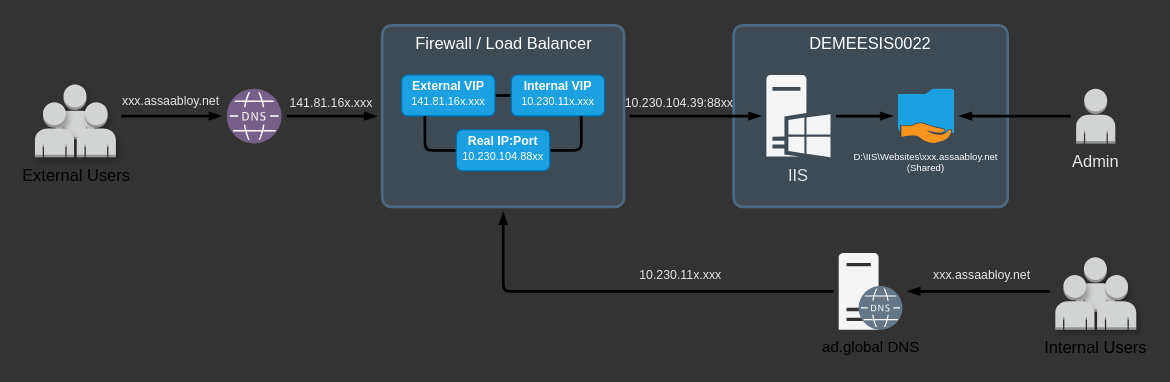
This is page "1.0_Model" (1 of 5) of draw.io/Web Hotel.drawio from changbowen/Misc, a draw.io file, before an edit. Source tidied: cells renumbered, new cells numbered last; positions are measured from the earlier drawing's top-left corner, leaving out a move shared by most shapes. Both pictures are drawn from the tidied source at 137%, with x=0, y=0 at pixel (34, 25).
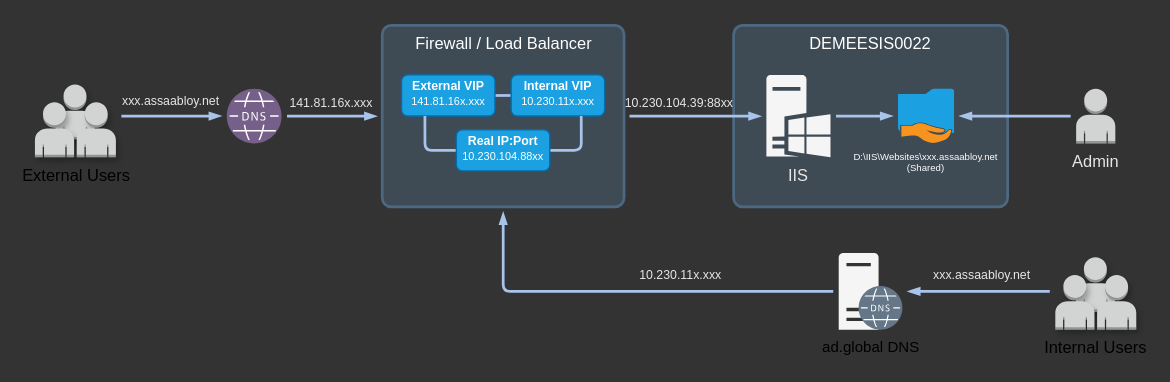
The same diagram, later.

Unchanged cells that the change refers to:
```xml
<mxCell id="2" value="Firewall / Load Balancer" style="rounded=1;whiteSpace=wrap;shadow=0;labelBackgroundColor=none;fontFamily=Saira Semi Condensed;fontSize=12;fontColor=#ffffff;arcSize=5;verticalAlign=top;spacing=2;fillColor=#3E4A54;strokeColor=#4D6882;strokeWidth=2;FType=g;html=1;" parent="1" vertex="1">
  <mxGeometry x="253.5" width="176.5" height="132.5" as="geometry" />
</mxCell>
<mxCell id="5" value="IIS" style="shadow=0;dashed=0;strokeColor=none;labelPosition=center;verticalLabelPosition=bottom;verticalAlign=top;align=center;fillColor=#f5f5f5;shape=mxgraph.mscae.enterprise.windows_server;fontColor=#E6E6E6;fontFamily=Saira Semi Condensed;FType=g;html=1;" parent="1" vertex="1">
  <mxGeometry x="533.9" y="36.2" width="46.8" height="60" as="geometry" />
</mxCell>
<mxCell id="7" value="Admin" style="outlineConnect=0;dashed=0;verticalLabelPosition=bottom;verticalAlign=top;align=center;shape=mxgraph.aws3.user;fillColor=#D2D3D3;gradientColor=none;shadow=0;fontFamily=Saira Semi Condensed;fontColor=#E6E6E6;FType=g;html=1;" parent="1" vertex="1">
  <mxGeometry x="760" y="46.2" width="28.6" height="40" as="geometry" />
</mxCell>
<mxCell id="8" value="D:\IIS\Websites\xxx.assaabloy.net&lt;br&gt;(Shared)" style="shadow=0;dashed=0;strokeColor=none;fillColor=#1ba1e2;labelPosition=center;verticalLabelPosition=bottom;verticalAlign=top;align=center;outlineConnect=0;shape=mxgraph.veeam.shared_folder;fontFamily=Saira Semi Condensed;fontColor=#ffffff;FType=g;fontSize=7;html=1;" parent="1" vertex="1">
  <mxGeometry x="630" y="46.2" width="40.9" height="40" as="geometry" />
</mxCell>
<mxCell id="16" style="outlineConnect=0;dashed=0;verticalLabelPosition=bottom;verticalAlign=top;align=center;shape=mxgraph.aws3.user;fillColor=#D2D3D3;gradientColor=none;shadow=1;fontFamily=Saira Semi Condensed;fontColor=#E6E6E6;FType=g;html=1;" parent="13" vertex="1">
  <mxGeometry x="30.5" y="13" width="28.6" height="40" as="geometry" />
</mxCell>
<mxCell id="19" style="shadow=0;dashed=0;strokeColor=none;fillColor=#76608a;labelPosition=center;verticalLabelPosition=bottom;verticalAlign=top;align=center;outlineConnect=0;shape=mxgraph.veeam2.dns;labelBackgroundColor=none;fontFamily=Saira Semi Condensed;fontSize=8;fontColor=#ffffff;FType=g;html=1;" parent="1" vertex="1">
  <mxGeometry x="140" y="46.2" width="40" height="40" as="geometry" />
</mxCell>
<mxCell id="22" style="outlineConnect=0;dashed=0;verticalLabelPosition=bottom;verticalAlign=top;align=center;shape=mxgraph.aws3.user;fillColor=#D2D3D3;gradientColor=none;shadow=1;fontFamily=Saira Semi Condensed;fontColor=#E6E6E6;FType=g;html=1;" parent="20" vertex="1">
  <mxGeometry y="13" width="28.6" height="40" as="geometry" />
</mxCell>
<mxCell id="25" style="shadow=0;dashed=0;strokeColor=none;fillColor=#f5f5f5;labelPosition=center;verticalLabelPosition=bottom;verticalAlign=top;outlineConnect=0;align=center;shape=mxgraph.office.servers.server_generic;labelBackgroundColor=none;fontFamily=Saira Semi Condensed;fontSize=12;fontColor=#E6E6E6;FType=g;html=1;" parent="24" vertex="1">
  <mxGeometry width="29.1" height="56" as="geometry" />
</mxCell>
<mxCell id="26" style="shadow=0;dashed=0;strokeColor=none;fillColor=#647687;labelPosition=center;verticalLabelPosition=bottom;verticalAlign=top;align=center;outlineConnect=0;shape=mxgraph.veeam2.dns;labelBackgroundColor=none;fontFamily=Saira Semi Condensed;fontSize=8;fontColor=#ffffff;strokeWidth=1;FType=g;html=1;" parent="24" vertex="1">
  <mxGeometry x="14.5" y="24" width="32" height="32" as="geometry" />
</mxCell>
```

Diff of the diagram source:
```diff
@@
-    <mxCell id="4" style="edgeStyle=orthogonalEdgeStyle;rounded=0;jettySize=auto;fontFamily=Saira Semi Condensed;fontColor=#E6E6E6;strokeWidth=2;endArrow=blockThin;endFill=1;targetPerimeterSpacing=4;sourcePerimeterSpacing=4;startArrow=none;startFill=0;startSize=4;endSize=4;FType=g;html=1;" parent="1" edge="1" source="5" target="8">
+    <mxCell id="4" style="edgeStyle=orthogonalEdgeStyle;rounded=0;jettySize=auto;fontFamily=Saira Semi Condensed;fontColor=#E6E6E6;strokeWidth=2;endArrow=blockThin;endFill=1;targetPerimeterSpacing=4;sourcePerimeterSpacing=4;startArrow=none;startFill=0;startSize=4;endSize=4;FType=g;html=1;strokeColor=#A9C4EB;" parent="1" edge="1" source="5" target="8">
       <mxGeometry relative="1" as="geometry" />
     </mxCell>
@@
-    <mxCell id="6" style="edgeStyle=orthogonalEdgeStyle;rounded=0;jettySize=auto;startArrow=none;startFill=0;startSize=4;sourcePerimeterSpacing=4;endArrow=blockThin;endFill=1;endSize=4;targetPerimeterSpacing=4;strokeWidth=2;fontFamily=Saira Semi Condensed;fontColor=#E6E6E6;FType=g;html=1;" parent="1" edge="1" source="7" target="8">
+    <mxCell id="6" style="edgeStyle=orthogonalEdgeStyle;rounded=0;jettySize=auto;startArrow=none;startFill=0;startSize=4;sourcePerimeterSpacing=4;endArrow=blockThin;endFill=1;endSize=4;targetPerimeterSpacing=4;strokeWidth=2;fontFamily=Saira Semi Condensed;fontColor=#E6E6E6;FType=g;html=1;strokeColor=#A9C4EB;" parent="1" edge="1" source="7" target="8">
       <mxGeometry relative="1" as="geometry" />
     </mxCell>
@@
-    <mxCell id="9" style="edgeStyle=orthogonalEdgeStyle;rounded=0;jettySize=auto;startFill=0;startSize=4;sourcePerimeterSpacing=4;endArrow=blockThin;endFill=1;endSize=4;targetPerimeterSpacing=4;strokeWidth=2;fontFamily=Saira Semi Condensed;fontSize=10;fontColor=#E6E6E6;FType=g;horizontal=0;html=1;" parent="1" edge="1" source="16" target="19">
+    <mxCell id="9" style="edgeStyle=orthogonalEdgeStyle;rounded=0;jettySize=auto;startFill=0;startSize=4;sourcePerimeterSpacing=4;endArrow=blockThin;endFill=1;endSize=4;targetPerimeterSpacing=4;strokeWidth=2;fontFamily=Saira Semi Condensed;fontSize=10;fontColor=#E6E6E6;FType=g;horizontal=0;html=1;strokeColor=#A9C4EB;" parent="1" edge="1" source="16" target="19">
       <mxGeometry relative="1" as="geometry">
         <Array as="points">
           <mxPoint x="80" y="66.2" />
           <mxPoint x="80" y="66.2" />
         </Array>
       </mxGeometry>
     </mxCell>
@@
-    <mxCell id="11" style="edgeStyle=orthogonalEdgeStyle;rounded=0;jettySize=auto;html=1;labelBackgroundColor=none;startFill=0;startSize=4;sourcePerimeterSpacing=4;endArrow=blockThin;endFill=1;endSize=4;targetPerimeterSpacing=4;strokeWidth=2;fontFamily=Saira Semi Condensed;fontSize=12;fontColor=#E6E6E6;FType=g;" parent="1" edge="1" source="2" target="5">
-      <mxGeometry relative="1" as="geometry" />
+    <mxCell id="11" style="edgeStyle=orthogonalEdgeStyle;rounded=0;jettySize=auto;labelBackgroundColor=none;startFill=0;startSize=4;sourcePerimeterSpacing=4;endArrow=blockThin;endFill=1;endSize=4;targetPerimeterSpacing=4;strokeWidth=2;fontFamily=Saira Semi Condensed;fontSize=12;fontColor=#E6E6E6;FType=g;html=1;strokeColor=#A9C4EB;" parent="1" edge="1" source="2" target="5">
+      <mxGeometry relative="1" as="geometry">
+        <Array as="points">
+          <mxPoint x="490" y="66" />
+          <mxPoint x="490" y="66" />
+        </Array>
+      </mxGeometry>
     </mxCell>
@@
-    <mxCell id="17" style="edgeStyle=orthogonalEdgeStyle;rounded=0;jettySize=auto;labelBackgroundColor=none;startFill=0;startSize=4;sourcePerimeterSpacing=4;endArrow=blockThin;endFill=1;endSize=4;targetPerimeterSpacing=4;strokeWidth=2;fontFamily=Saira Semi Condensed;fontColor=#E6E6E6;FType=g;html=1;" parent="1" edge="1" source="19" target="2">
+    <mxCell id="17" style="edgeStyle=orthogonalEdgeStyle;rounded=0;jettySize=auto;labelBackgroundColor=none;startFill=0;startSize=4;sourcePerimeterSpacing=4;endArrow=blockThin;endFill=1;endSize=4;targetPerimeterSpacing=4;strokeWidth=2;fontFamily=Saira Semi Condensed;fontColor=#E6E6E6;FType=g;html=1;strokeColor=#A9C4EB;" parent="1" edge="1" source="19" target="2">
       <mxGeometry relative="1" as="geometry" />
     </mxCell>
@@
-    <mxCell id="27" style="edgeStyle=orthogonalEdgeStyle;rounded=0;jettySize=auto;html=1;labelBackgroundColor=none;startFill=0;startSize=4;sourcePerimeterSpacing=4;endArrow=blockThin;endFill=1;endSize=4;targetPerimeterSpacing=4;strokeWidth=2;fontFamily=Saira Semi Condensed;fontSize=8;fontColor=#E6E6E6;FType=g;" parent="1" edge="1" source="22" target="26">
+    <mxCell id="27" style="edgeStyle=orthogonalEdgeStyle;rounded=0;jettySize=auto;labelBackgroundColor=none;startFill=0;startSize=4;sourcePerimeterSpacing=4;endArrow=blockThin;endFill=1;endSize=4;targetPerimeterSpacing=4;strokeWidth=2;fontFamily=Saira Semi Condensed;fontSize=8;fontColor=#E6E6E6;FType=g;html=1;strokeColor=#A9C4EB;" parent="1" edge="1" source="22" target="26">
       <mxGeometry relative="1" as="geometry">
         <Array as="points">
           <mxPoint x="660" y="194.2" />
           <mxPoint x="660" y="194.2" />
         </Array>
       </mxGeometry>
     </mxCell>
-    <mxCell id="28" value="xxx.assaabloy.net" style="text;align=center;verticalAlign=middle;labelBackgroundColor=none;fontSize=9;fontFamily=Saira Semi Condensed;fontColor=#E6E6E6;html=1;" parent="27" vertex="1">
+    <mxCell id="28" value="xxx.assaabloy.net" style="text;align=center;verticalAlign=middle;labelBackgroundColor=none;fontSize=9;fontFamily=Saira Semi Condensed;fontColor=#E6E6E6;html=1;FType=g;" parent="27" vertex="1">
       <mxGeometry x="0.31" relative="1" as="geometry">
         <mxPoint x="17.2" y="-12" as="offset" />
       </mxGeometry>
     </mxCell>
-    <mxCell id="29" style="edgeStyle=orthogonalEdgeStyle;rounded=1;jettySize=auto;html=1;labelBackgroundColor=none;startFill=0;startSize=4;sourcePerimeterSpacing=4;endArrow=blockThin;endFill=1;endSize=4;targetPerimeterSpacing=4;strokeWidth=2;fontFamily=Saira Semi Condensed;fontSize=12;fontColor=#E6E6E6;arcSize=10;" parent="1" edge="1" source="25" target="2">
+    <mxCell id="29" style="edgeStyle=orthogonalEdgeStyle;rounded=1;jettySize=auto;labelBackgroundColor=none;startFill=0;startSize=4;sourcePerimeterSpacing=4;endArrow=blockThin;endFill=1;endSize=4;targetPerimeterSpacing=4;strokeWidth=2;fontFamily=Saira Semi Condensed;fontSize=12;fontColor=#E6E6E6;arcSize=10;FType=g;html=1;strokeColor=#A9C4EB;" parent="1" edge="1" source="25" target="2">
       <mxGeometry relative="1" as="geometry" />
     </mxCell>
-    <mxCell id="30" value="10.230.11x.xxx" style="text;align=center;verticalAlign=middle;labelBackgroundColor=none;fontSize=9;fontFamily=Saira Semi Condensed;fontColor=#E6E6E6;html=1;" parent="29" vertex="1">
+    <mxCell id="30" value="10.230.11x.xxx" style="text;align=center;verticalAlign=middle;labelBackgroundColor=none;fontSize=9;fontFamily=Saira Semi Condensed;fontColor=#E6E6E6;html=1;FType=g;" parent="29" vertex="1">
       <mxGeometry x="-0.1" relative="1" as="geometry">
         <mxPoint x="22.1" y="-12" as="offset" />
       </mxGeometry>
     </mxCell>
-    <mxCell id="31" style="edgeStyle=orthogonalEdgeStyle;curved=1;rounded=0;jettySize=auto;html=1;exitX=1;exitY=0.5;exitDx=0;exitDy=0;entryX=0;entryY=0.5;entryDx=0;entryDy=0;labelBackgroundColor=none;startFill=0;startSize=4;sourcePerimeterSpacing=4;endArrow=none;endFill=0;endSize=4;targetPerimeterSpacing=4;strokeWidth=2;fontFamily=Saira Semi Condensed;fontSize=9;fontColor=#E6E6E6;" parent="1" edge="1" source="32" target="33">
+    <mxCell id="31" style="edgeStyle=orthogonalEdgeStyle;curved=1;rounded=0;jettySize=auto;exitX=1;exitY=0.5;exitDx=0;exitDy=0;entryX=0;entryY=0.5;entryDx=0;entryDy=0;labelBackgroundColor=none;startFill=0;startSize=4;sourcePerimeterSpacing=4;endArrow=none;endFill=0;endSize=4;targetPerimeterSpacing=4;strokeWidth=2;fontFamily=Saira Semi Condensed;fontSize=9;fontColor=#E6E6E6;FType=g;html=1;strokeColor=#A9C4EB;" parent="1" edge="1" source="32" target="33">
       <mxGeometry relative="1" as="geometry" />
     </mxCell>
-    <mxCell id="32" value="&lt;b&gt;External VIP&lt;br&gt;&lt;/b&gt;&lt;font style=&quot;font-size: 8px&quot;&gt;141.81.16x.xxx&lt;/font&gt;" style="rounded=1;whiteSpace=wrap;html=1;shadow=0;labelBackgroundColor=none;strokeColor=#006EAF;strokeWidth=1;fillColor=#1ba1e2;fontFamily=Saira Semi Condensed;fontSize=9;fontColor=#ffffff;spacing=0;spacingTop=-2;" parent="1" vertex="1">
+    <mxCell id="32" value="&lt;b&gt;External VIP&lt;br&gt;&lt;/b&gt;&lt;font style=&quot;font-size: 8px&quot;&gt;141.81.16x.xxx&lt;/font&gt;" style="rounded=1;whiteSpace=wrap;html=1;shadow=0;labelBackgroundColor=none;strokeColor=#006EAF;strokeWidth=1;fillColor=#1ba1e2;fontFamily=Saira Semi Condensed;fontSize=9;fontColor=#ffffff;spacing=0;spacingTop=-2;FType=g;" parent="1" vertex="1">
       <mxGeometry x="267.6" y="36.2" width="68.2" height="30" as="geometry" />
     </mxCell>
-    <mxCell id="33" value="&lt;b&gt;Internal VIP&lt;br&gt;&lt;/b&gt;&lt;font style=&quot;font-size: 8px&quot;&gt;10.230.11x.xxx&lt;/font&gt;" style="rounded=1;whiteSpace=wrap;html=1;shadow=0;labelBackgroundColor=none;strokeColor=#006EAF;strokeWidth=1;fillColor=#1ba1e2;fontFamily=Saira Semi Condensed;fontSize=9;fontColor=#ffffff;spacing=0;spacingTop=-2;" parent="1" vertex="1">
+    <mxCell id="33" value="&lt;b&gt;Internal VIP&lt;br&gt;&lt;/b&gt;&lt;font style=&quot;font-size: 8px&quot;&gt;10.230.11x.xxx&lt;/font&gt;" style="rounded=1;whiteSpace=wrap;html=1;shadow=0;labelBackgroundColor=none;strokeColor=#006EAF;strokeWidth=1;fillColor=#1ba1e2;fontFamily=Saira Semi Condensed;fontSize=9;fontColor=#ffffff;spacing=0;spacingTop=-2;FType=g;" parent="1" vertex="1">
       <mxGeometry x="347.6" y="36.2" width="68.2" height="30" as="geometry" />
     </mxCell>
-    <mxCell id="34" style="edgeStyle=orthogonalEdgeStyle;rounded=1;jettySize=auto;html=1;exitX=1;exitY=0.5;exitDx=0;exitDy=0;entryX=0.75;entryY=1;entryDx=0;entryDy=0;labelBackgroundColor=none;startFill=0;startSize=4;sourcePerimeterSpacing=4;endArrow=none;endFill=0;endSize=4;targetPerimeterSpacing=4;strokeWidth=2;fontFamily=Saira Semi Condensed;fontSize=9;fontColor=#E6E6E6;arcSize=10;" parent="1" edge="1" source="36" target="33">
+    <mxCell id="34" style="edgeStyle=orthogonalEdgeStyle;rounded=1;jettySize=auto;exitX=1;exitY=0.5;exitDx=0;exitDy=0;entryX=0.75;entryY=1;entryDx=0;entryDy=0;labelBackgroundColor=none;startFill=0;startSize=4;sourcePerimeterSpacing=4;endArrow=none;endFill=0;endSize=4;targetPerimeterSpacing=4;strokeWidth=2;fontFamily=Saira Semi Condensed;fontSize=9;fontColor=#E6E6E6;arcSize=10;FType=g;html=1;strokeColor=#A9C4EB;" parent="1" edge="1" source="36" target="33">
       <mxGeometry relative="1" as="geometry" />
     </mxCell>
-    <mxCell id="35" style="edgeStyle=orthogonalEdgeStyle;rounded=1;jettySize=auto;html=1;exitX=0;exitY=0.5;exitDx=0;exitDy=0;entryX=0.25;entryY=1;entryDx=0;entryDy=0;labelBackgroundColor=none;startFill=0;startSize=4;sourcePerimeterSpacing=4;endArrow=none;endFill=0;endSize=4;targetPerimeterSpacing=4;strokeWidth=2;fontFamily=Saira Semi Condensed;fontSize=9;fontColor=#E6E6E6;arcSize=10;" parent="1" edge="1" source="36" target="32">
+    <mxCell id="35" style="edgeStyle=orthogonalEdgeStyle;rounded=1;jettySize=auto;exitX=0;exitY=0.5;exitDx=0;exitDy=0;entryX=0.25;entryY=1;entryDx=0;entryDy=0;labelBackgroundColor=none;startFill=0;startSize=4;sourcePerimeterSpacing=4;endArrow=none;endFill=0;endSize=4;targetPerimeterSpacing=4;strokeWidth=2;fontFamily=Saira Semi Condensed;fontSize=9;fontColor=#E6E6E6;arcSize=10;FType=g;html=1;strokeColor=#A9C4EB;" parent="1" edge="1" source="36" target="32">
       <mxGeometry relative="1" as="geometry" />
     </mxCell>
-    <mxCell id="36" value="&lt;b&gt;Real IP:Port&lt;br&gt;&lt;/b&gt;&lt;font style=&quot;font-size: 8px&quot;&gt;10.230.104.88xx&lt;/font&gt;" style="rounded=1;whiteSpace=wrap;html=1;shadow=0;labelBackgroundColor=none;strokeColor=#006EAF;strokeWidth=1;fillColor=#1ba1e2;fontFamily=Saira Semi Condensed;fontSize=9;fontColor=#ffffff;spacing=0;spacingTop=-2;" parent="1" vertex="1">
+    <mxCell id="36" value="&lt;b&gt;Real IP:Port&lt;br&gt;&lt;/b&gt;&lt;font style=&quot;font-size: 8px&quot;&gt;10.230.104.88xx&lt;/font&gt;" style="rounded=1;whiteSpace=wrap;html=1;shadow=0;labelBackgroundColor=none;strokeColor=#006EAF;strokeWidth=1;fillColor=#1ba1e2;fontFamily=Saira Semi Condensed;fontSize=9;fontColor=#ffffff;spacing=0;spacingTop=-2;FType=g;" parent="1" vertex="1">
       <mxGeometry x="307.6" y="76.2" width="68.2" height="30" as="geometry" />
     </mxCell>
```
